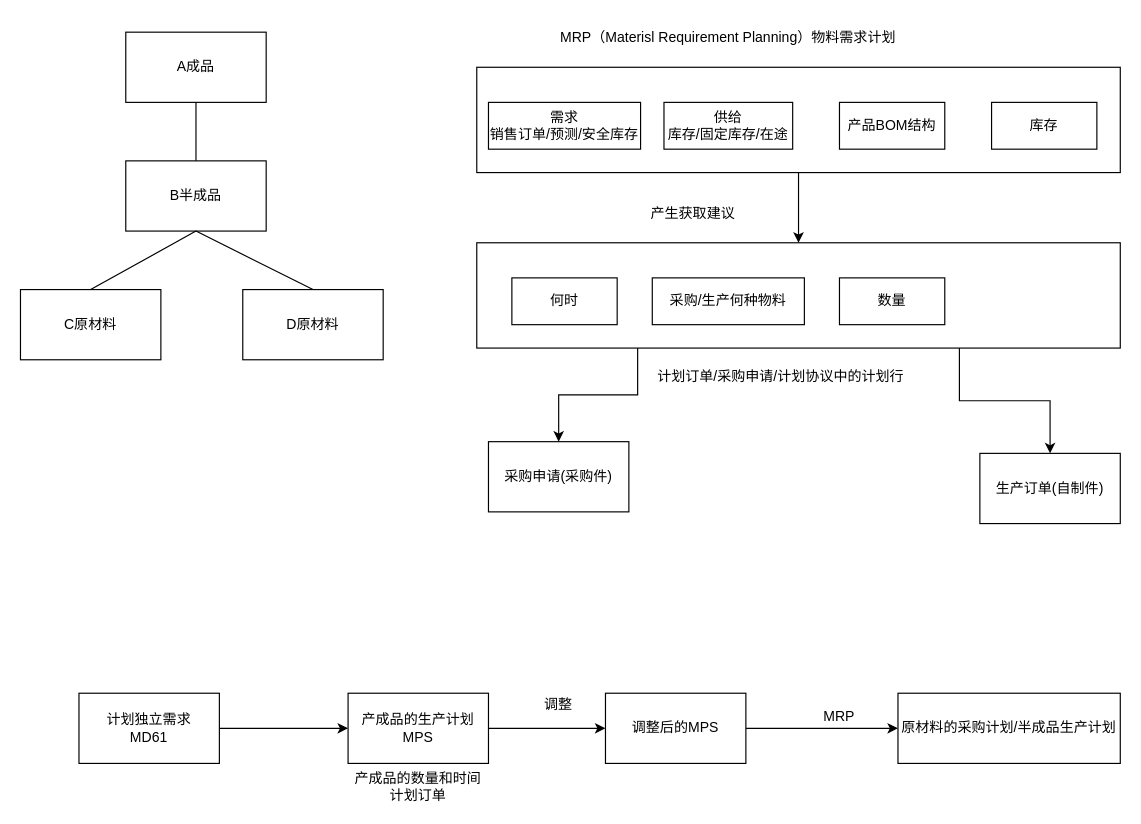
Before: MRP001.drawio in 20000428/drawio, a draw.io diagram. Source tidied: cells renumbered, new cells numbered last; positions are measured from the earlier drawing's top-left corner, leaving out a move shared by most shapes. Both pictures are drawn from the tidied source at 117%, with x=0, y=0 at pixel (20, 20).
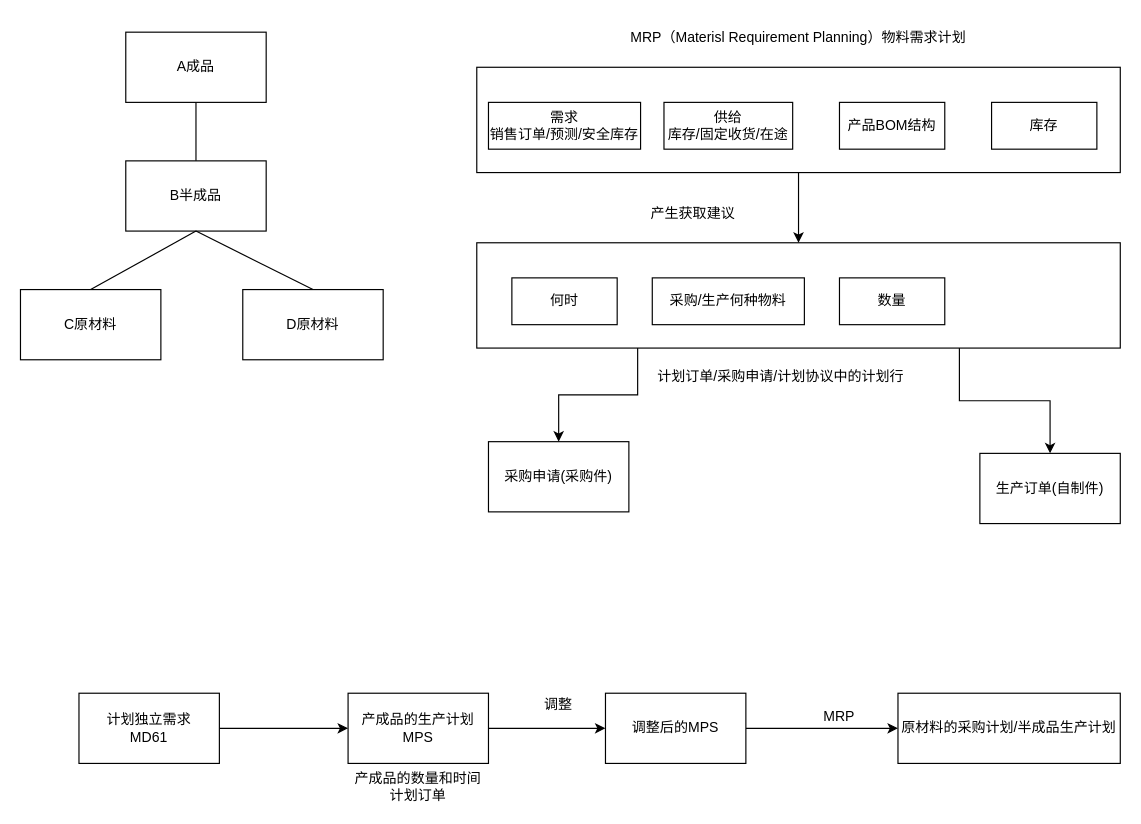
Above is the later version.

The edit, as a diff of the source:
```diff
@@
     <mxCell id="14" value="MRP（Materisl Requirement Planning）物料需求计划" style="text;html=1;whiteSpace=wrap;strokeColor=none;fillColor=none;align=center;verticalAlign=middle;rounded=0;" parent="1" vertex="1">
-      <mxGeometry x="430" width="350" height="30" as="geometry" />
+      <mxGeometry x="490" width="350" height="30" as="geometry" />
     </mxCell>
@@
-    <mxCell id="16" value="供给&lt;div&gt;库存/固定库存/在途&lt;/div&gt;" style="rounded=0;whiteSpace=wrap;html=1;" parent="1" vertex="1">
+    <mxCell id="16" value="供给&lt;div&gt;库存/固定收货/在途&lt;/div&gt;" style="rounded=0;whiteSpace=wrap;html=1;" parent="1" vertex="1">
       <mxGeometry x="550" y="70" width="110" height="40" as="geometry" />
     </mxCell>
```
